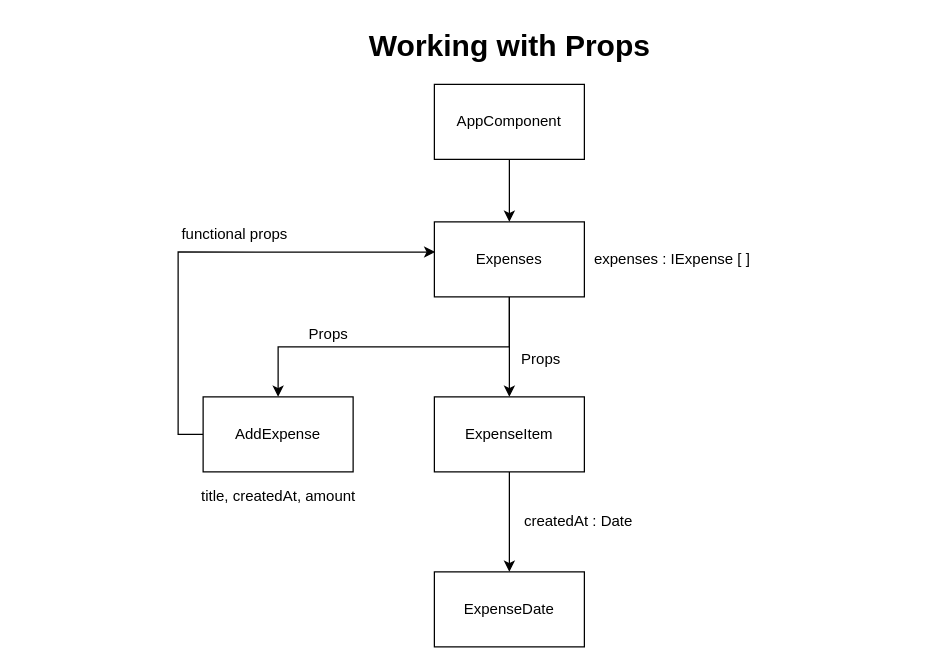
synergy2411/brillio-react-apr22 keeps this draw.io diagram as page "Page-5" (5 of 5) of diagrams.drawio. Above is the earlier version. Source tidied: cells renumbered, new cells numbered last; positions are measured from the earlier drawing's top-left corner, leaving out a move shared by most shapes. Both pictures are drawn from the tidied source at 125%, with x=0, y=0 at pixel (171, 21).
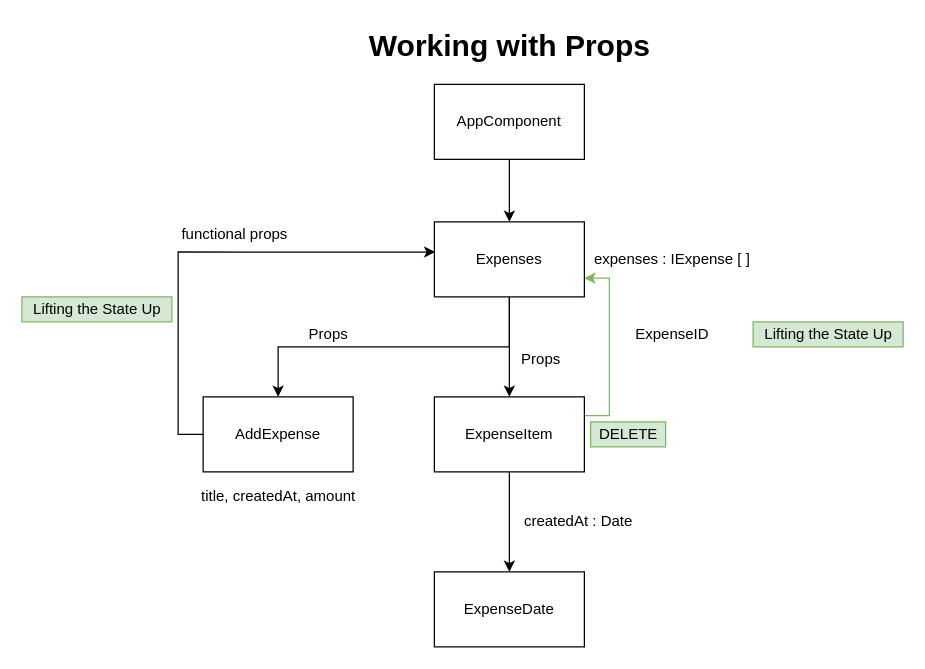
The same diagram, later.

Unchanged cells that the change refers to:
```xml
<mxCell id="4" value="Expenses" style="rounded=0;whiteSpace=wrap;html=1;" parent="1" vertex="1">
  <mxGeometry x="210" y="160" width="120" height="60" as="geometry" />
</mxCell>
<mxCell id="6" value="ExpenseItem" style="rounded=0;whiteSpace=wrap;html=1;" parent="1" vertex="1">
  <mxGeometry x="210" y="300" width="120" height="60" as="geometry" />
</mxCell>
```

Change to the diagram source:
```diff
@@
+    <mxCell id="19" style="edgeStyle=orthogonalEdgeStyle;rounded=0;jettySize=auto;html=1;exitX=1;exitY=0.25;exitDx=0;exitDy=0;entryX=1;entryY=0.75;entryDx=0;entryDy=0;fillColor=#d5e8d4;strokeColor=#82b366;" parent="1" edge="1" source="6" target="4">
+      <mxGeometry relative="1" as="geometry" />
+    </mxCell>
@@
+    <mxCell id="20" value="DELETE" style="text;html=1;align=center;verticalAlign=middle;strokeColor=#82b366;fillColor=#d5e8d4;" parent="1" vertex="1">
+      <mxGeometry x="335" y="320" width="60" height="20" as="geometry" />
+    </mxCell>
+    <mxCell id="21" value="ExpenseID" style="text;html=1;align=center;verticalAlign=middle;strokeColor=none;fillColor=none;" parent="1" vertex="1">
+      <mxGeometry x="365" y="240" width="70" height="20" as="geometry" />
+    </mxCell>
+    <mxCell id="22" value="Lifting the State Up" style="text;html=1;align=center;verticalAlign=middle;strokeColor=#82b366;fillColor=#d5e8d4;" parent="1" vertex="1">
+      <mxGeometry x="465" y="240" width="120" height="20" as="geometry" />
+    </mxCell>
+    <mxCell id="23" value="Lifting the State Up" style="text;html=1;align=center;verticalAlign=middle;strokeColor=#82b366;fillColor=#d5e8d4;" parent="1" vertex="1">
+      <mxGeometry x="-120" y="220" width="120" height="20" as="geometry" />
+    </mxCell>
```
